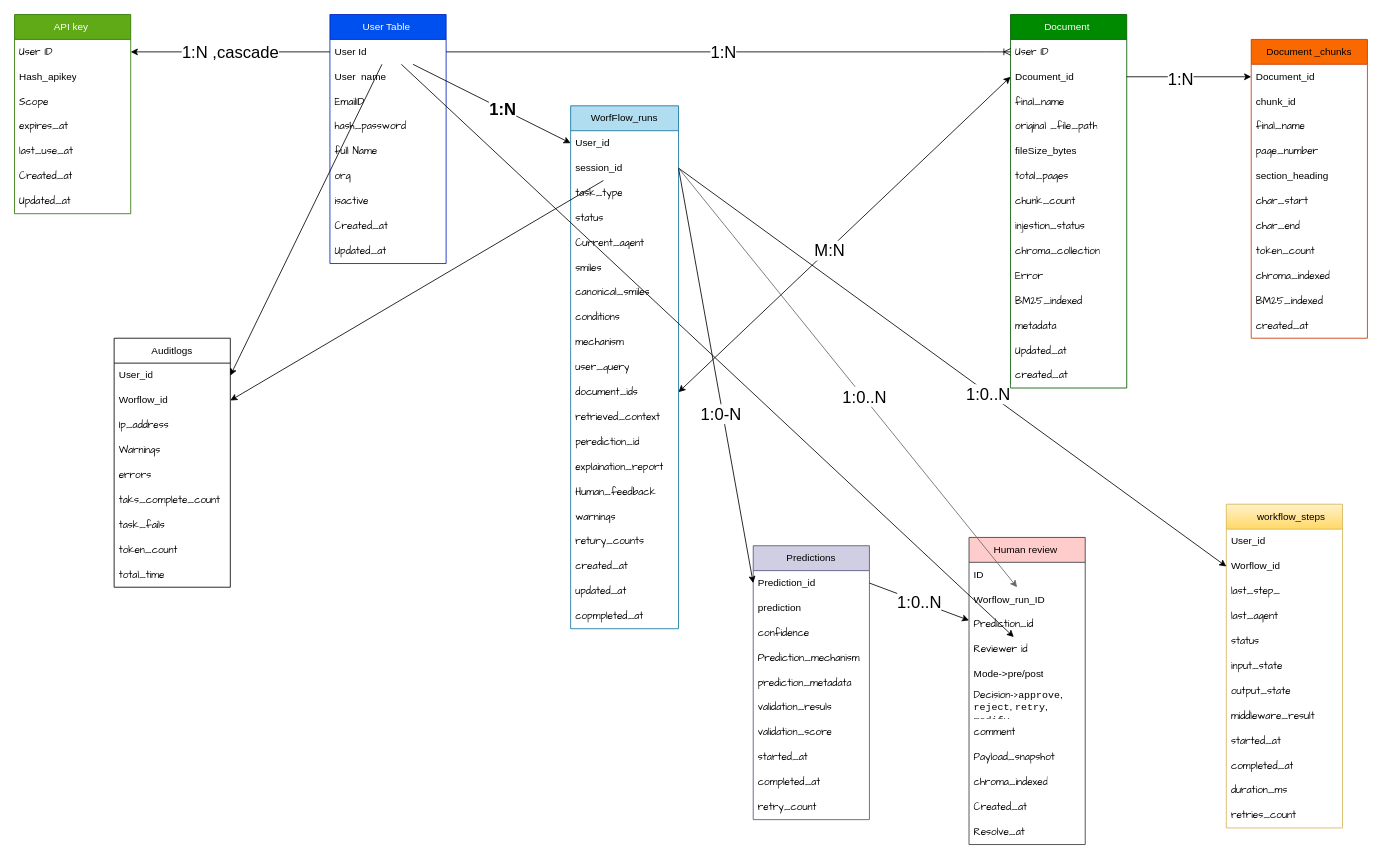
Earlier version of the draw.io diagram database/Untitled Diagram.drawio (Devansh-react/ChemSTUDIO). Source tidied: cells renumbered, new cells numbered last; positions are measured from the earlier drawing's top-left corner, leaving out a move shared by most shapes. Both pictures are drawn from the tidied source at 83%, with x=0, y=0 at pixel (14, 14).
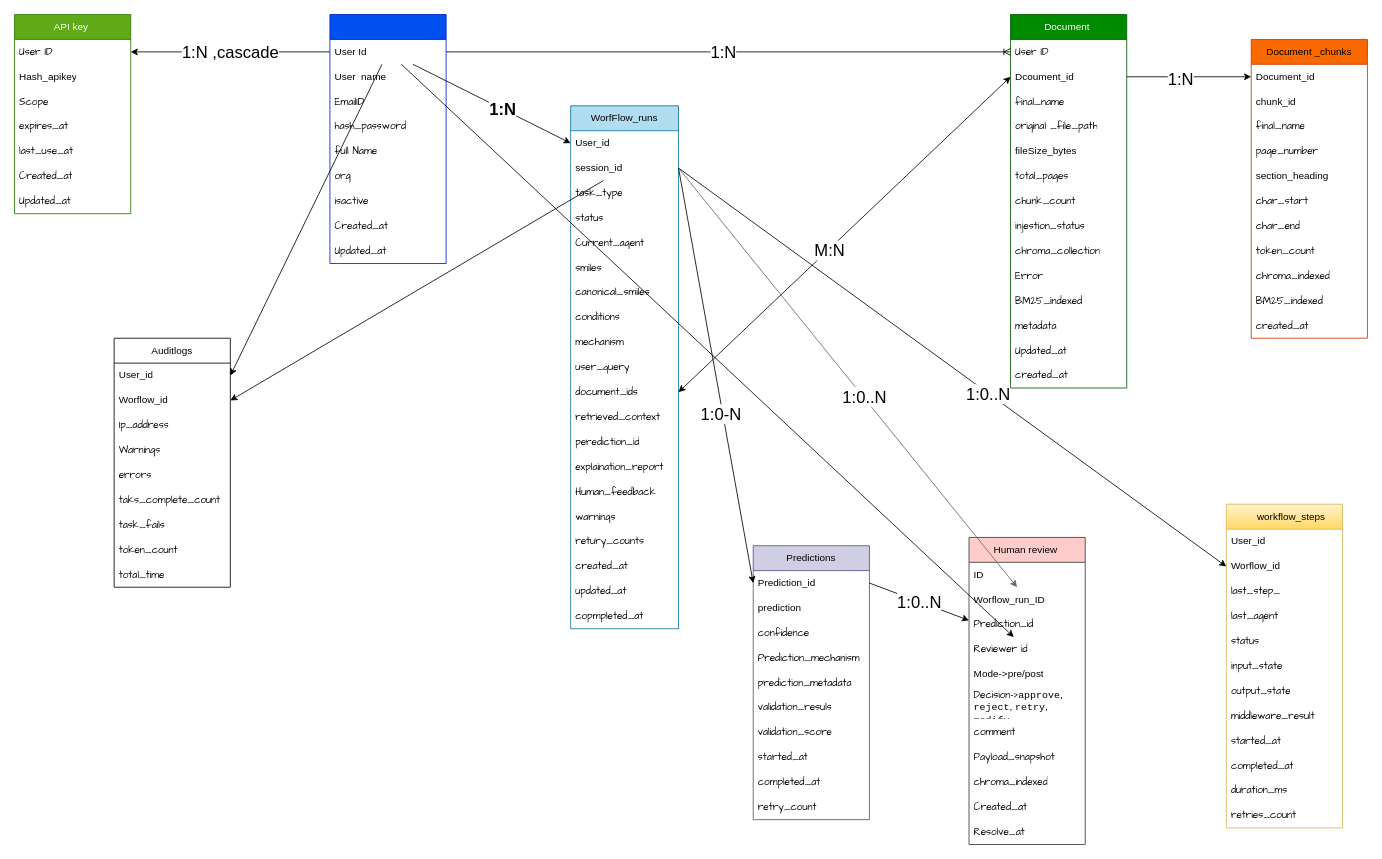
The same diagram, later.

Commit message:
Added the UML diag

Diff of the diagram source:
```diff
@@
-    <mxCell id="2" value="User Table&amp;nbsp;" style="swimlane;fontStyle=0;horizontal=1;startSize=30;whiteSpace=wrap;html=1;fillColor=#0050ef;fontColor=#ffffff;strokeColor=#001DBC;" parent="1" vertex="1">
+    <mxCell id="2" value=" " style="swimlane;fontStyle=0;horizontal=1;startSize=30;whiteSpace=wrap;html=1;fillColor=#0050ef;fontColor=#ffffff;strokeColor=#001DBC;" parent="1" vertex="1">
       <mxGeometry x="380" width="140" height="300" as="geometry" />
     </mxCell>
```
